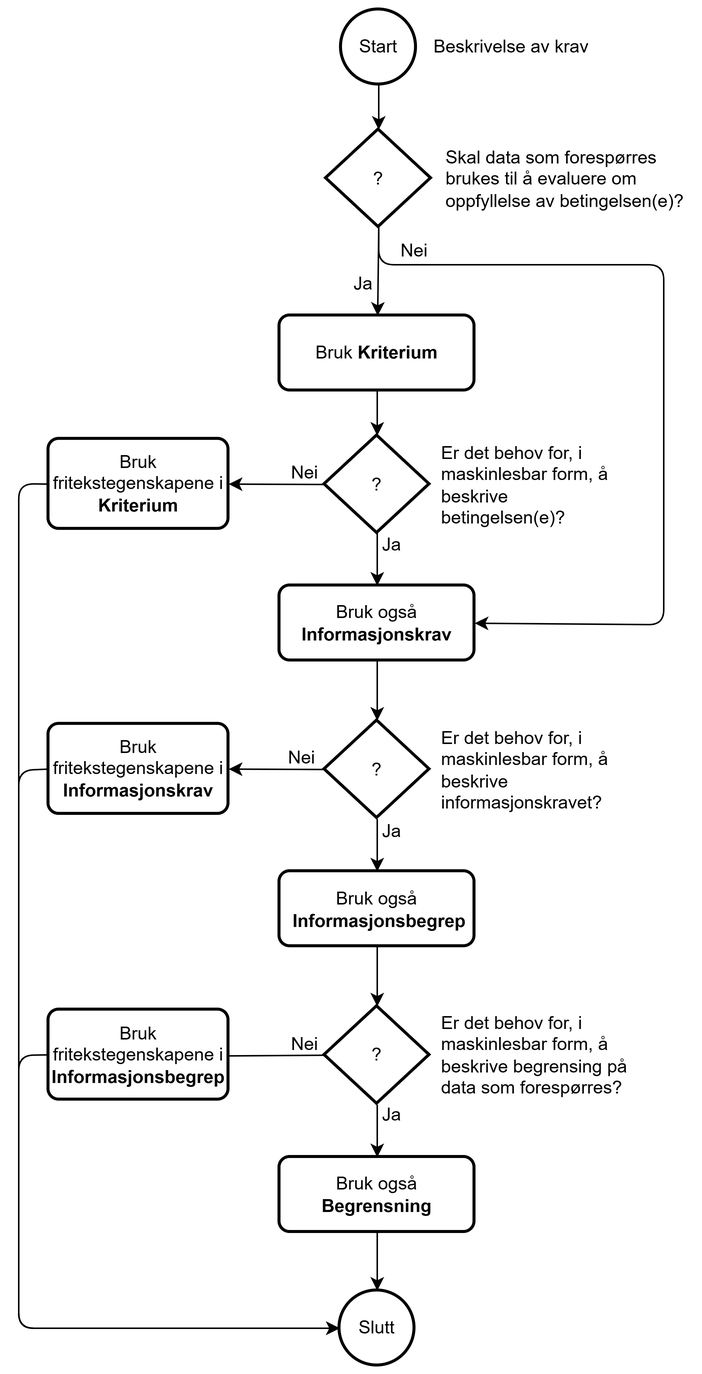
Before: docs/images/Flytskjema-kriterium-informasjonskrav-begrensning.png, a diagram exported from draw.io (Informasjonsforvaltning/cccev-ap-no). Source tidied: cells renumbered, new cells last; positions are measured from the earlier drawing's top-left corner, leaving out a move shared by most shapes.
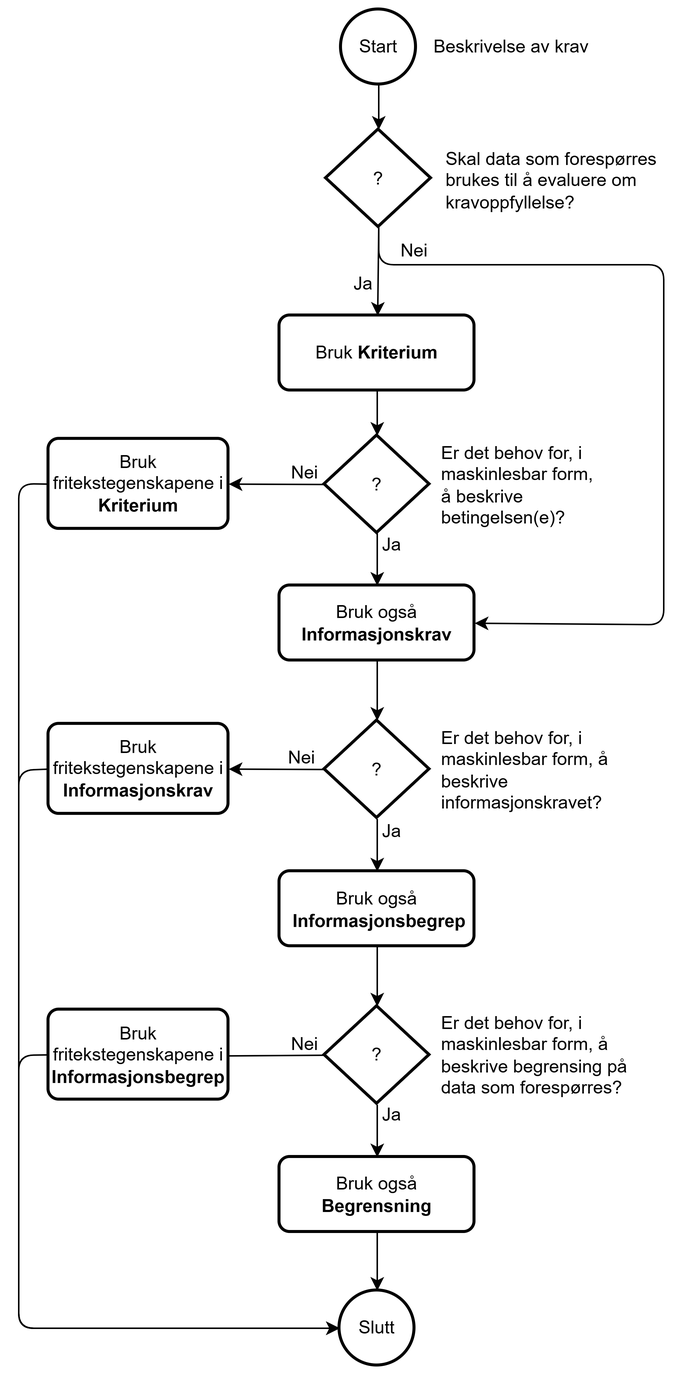
After the commit.

Change to the diagram source:
```diff
@@ -12,7 +12,7 @@
       <mxGeometry x="204" y="284" width="70" height="65" as="geometry" />
     </mxCell>
     <mxCell id="5" value="Er det behov for, i maskinlesbar form, å beskrive&amp;nbsp; betingelsen(e)?" style="text;html=1;whiteSpace=wrap;strokeColor=none;fillColor=none;align=left;verticalAlign=middle;rounded=0;" parent="1" vertex="1">
-      <mxGeometry x="280" y="301.5" width="130" height="30" as="geometry" />
+      <mxGeometry x="280" y="301.5" width="110" height="30" as="geometry" />
     </mxCell>
     <mxCell id="6" style="endArrow=classic;html=1;rounded=0;entryX=0.5;entryY=0;entryDx=0;entryDy=0;entryPerimeter=0;exitX=0.5;exitY=1;exitDx=0;exitDy=0;" parent="1" edge="1" source="3" target="4">
       <mxGeometry relative="1" as="geometry" />
@@ -130,8 +130,8 @@
     <mxCell id="36" value="?" style="strokeWidth=2;html=1;shape=mxgraph.flowchart.decision;whiteSpace=wrap;" parent="1" vertex="1">
       <mxGeometry x="205" y="80" width="70" height="65" as="geometry" />
     </mxCell>
-    <mxCell id="37" value="Skal data som forespørres brukes til å evaluere om oppfyllelse av betingelsen(e)?" style="text;html=1;whiteSpace=wrap;strokeColor=none;fillColor=none;align=left;verticalAlign=middle;rounded=0;" parent="1" vertex="1">
-      <mxGeometry x="283" y="97.5" width="167" height="30" as="geometry" />
+    <mxCell id="37" value="Skal data som forespørres brukes til å evaluere om kravoppfyllelse?" style="text;html=1;whiteSpace=wrap;strokeColor=none;fillColor=none;align=left;verticalAlign=middle;rounded=0;" parent="1" vertex="1">
+      <mxGeometry x="283" y="97.5" width="157" height="32.5" as="geometry" />
     </mxCell>
     <mxCell id="38" value="Ja" style="text;html=1;whiteSpace=wrap;strokeColor=none;fillColor=none;align=center;verticalAlign=middle;rounded=0;" parent="1" vertex="1">
       <mxGeometry x="220" y="175" width="20" height="15" as="geometry" />
```
